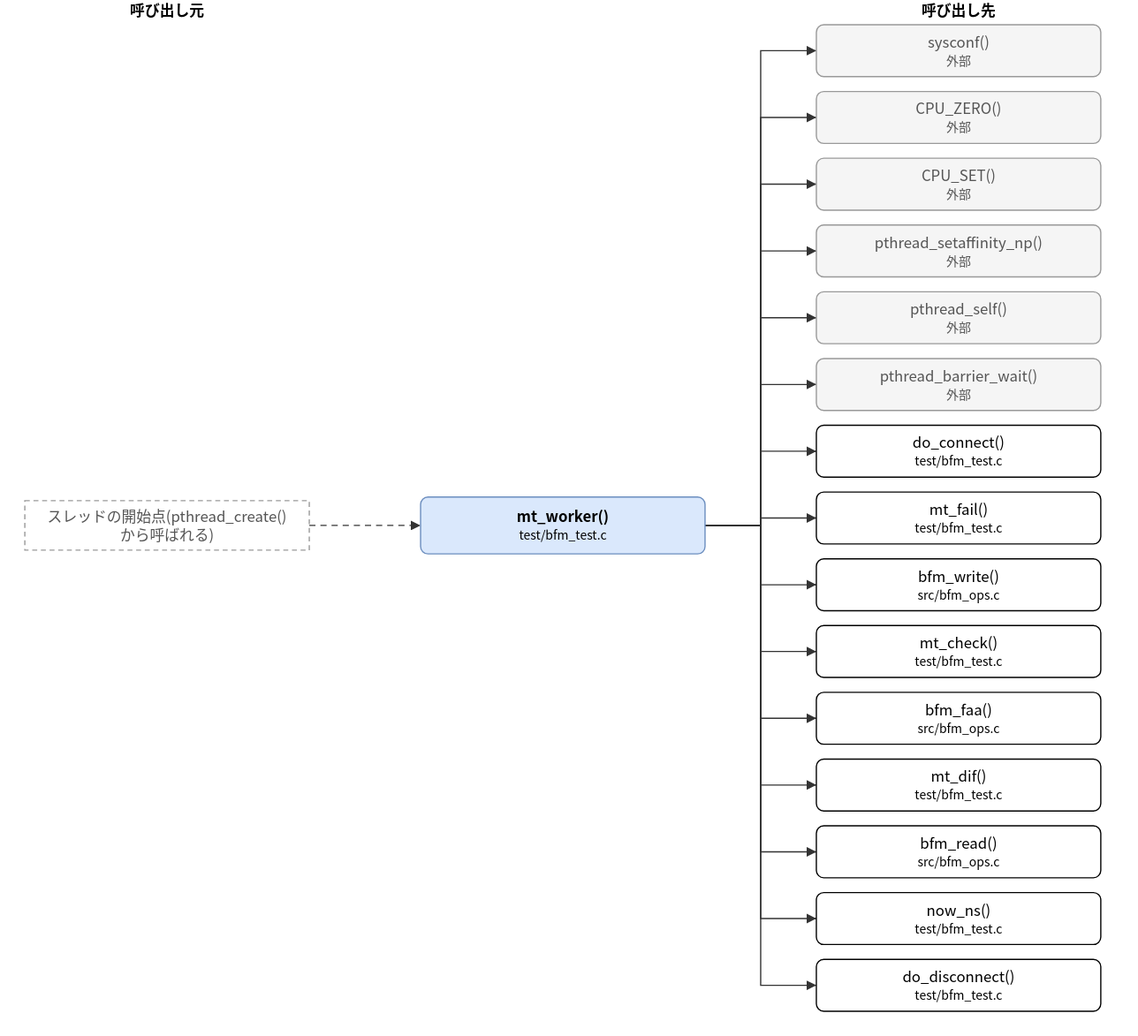
Earlier version of the draw.io export doc/spec/images/call_test_bfm_test-mt_worker.drawio.svg (hf355051012-ai/bfmem). Source tidied: cells renumbered, new cells last; positions are measured from the earlier drawing's top-left corner, leaving out a move shared by most shapes.
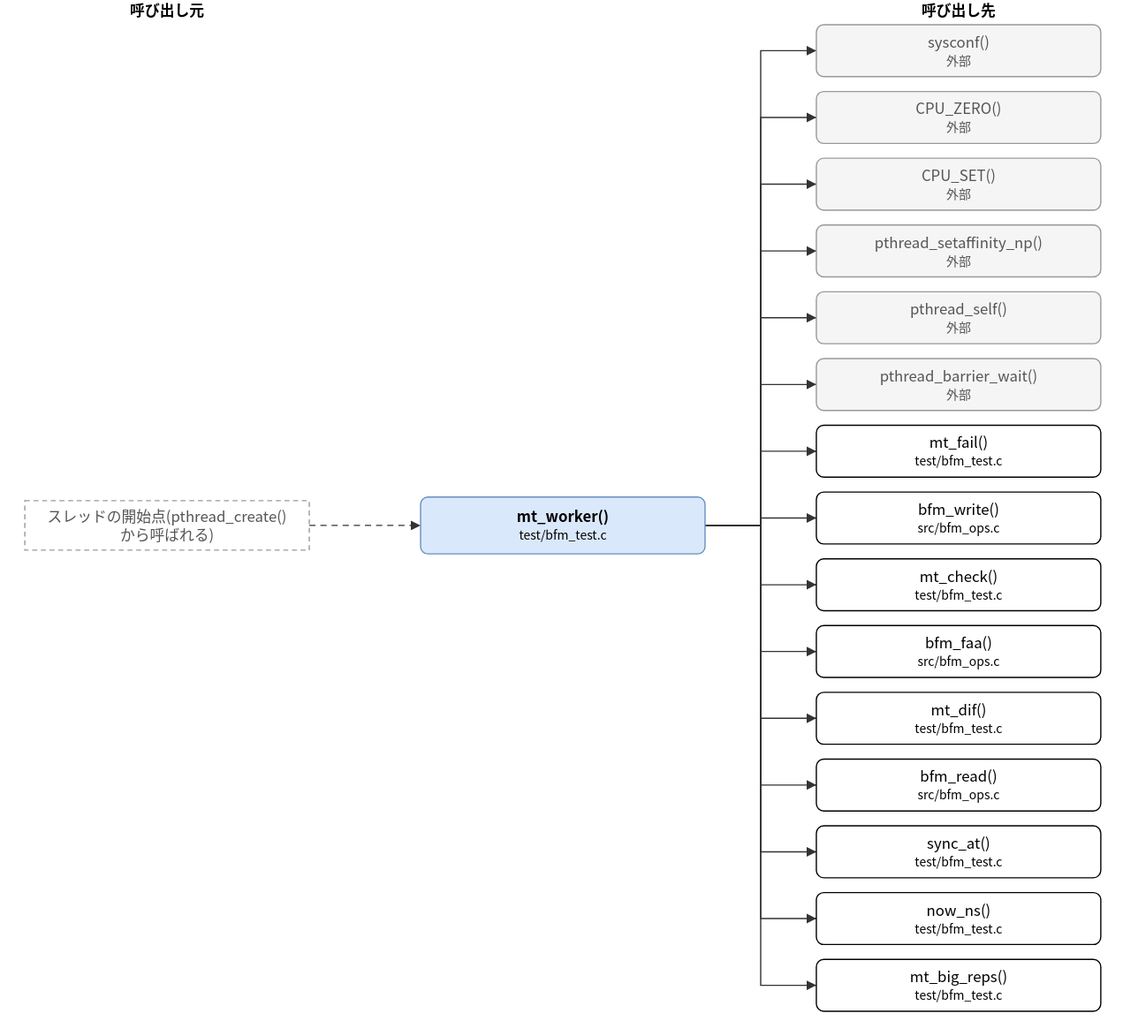
The same diagram one commit later.

The edit, as a diff of the source:
```diff
@@ -23,31 +23,31 @@
     <mxCell id="8" value="pthread_barrier_wait()&lt;br&gt;&lt;font style=&quot;font-size:10px&quot;&gt;外部&lt;/font&gt;" style="rounded=1;whiteSpace=wrap;html=1;fillColor=#f5f5f5;strokeColor=#999999;fontColor=#555555;" parent="1" vertex="1">
       <mxGeometry x="640" y="290" width="230" height="42" as="geometry" />
     </mxCell>
-    <mxCell id="9" value="do_connect()&lt;br&gt;&lt;font style=&quot;font-size:10px&quot;&gt;test/bfm_test.c&lt;/font&gt;" style="rounded=1;whiteSpace=wrap;html=1;" parent="1" vertex="1">
+    <mxCell id="9" value="mt_fail()&lt;br&gt;&lt;font style=&quot;font-size:10px&quot;&gt;test/bfm_test.c&lt;/font&gt;" style="rounded=1;whiteSpace=wrap;html=1;" parent="1" vertex="1">
       <mxGeometry x="640" y="344" width="230" height="42" as="geometry" />
     </mxCell>
-    <mxCell id="10" value="mt_fail()&lt;br&gt;&lt;font style=&quot;font-size:10px&quot;&gt;test/bfm_test.c&lt;/font&gt;" style="rounded=1;whiteSpace=wrap;html=1;" parent="1" vertex="1">
+    <mxCell id="10" value="bfm_write()&lt;br&gt;&lt;font style=&quot;font-size:10px&quot;&gt;src/bfm_ops.c&lt;/font&gt;" style="rounded=1;whiteSpace=wrap;html=1;" parent="1" vertex="1">
       <mxGeometry x="640" y="398" width="230" height="42" as="geometry" />
     </mxCell>
-    <mxCell id="11" value="bfm_write()&lt;br&gt;&lt;font style=&quot;font-size:10px&quot;&gt;src/bfm_ops.c&lt;/font&gt;" style="rounded=1;whiteSpace=wrap;html=1;" parent="1" vertex="1">
+    <mxCell id="11" value="mt_check()&lt;br&gt;&lt;font style=&quot;font-size:10px&quot;&gt;test/bfm_test.c&lt;/font&gt;" style="rounded=1;whiteSpace=wrap;html=1;" parent="1" vertex="1">
       <mxGeometry x="640" y="452" width="230" height="42" as="geometry" />
     </mxCell>
-    <mxCell id="12" value="mt_check()&lt;br&gt;&lt;font style=&quot;font-size:10px&quot;&gt;test/bfm_test.c&lt;/font&gt;" style="rounded=1;whiteSpace=wrap;html=1;" parent="1" vertex="1">
+    <mxCell id="12" value="bfm_faa()&lt;br&gt;&lt;font style=&quot;font-size:10px&quot;&gt;src/bfm_ops.c&lt;/font&gt;" style="rounded=1;whiteSpace=wrap;html=1;" parent="1" vertex="1">
       <mxGeometry x="640" y="506" width="230" height="42" as="geometry" />
     </mxCell>
-    <mxCell id="13" value="bfm_faa()&lt;br&gt;&lt;font style=&quot;font-size:10px&quot;&gt;src/bfm_ops.c&lt;/font&gt;" style="rounded=1;whiteSpace=wrap;html=1;" parent="1" vertex="1">
+    <mxCell id="13" value="mt_dif()&lt;br&gt;&lt;font style=&quot;font-size:10px&quot;&gt;test/bfm_test.c&lt;/font&gt;" style="rounded=1;whiteSpace=wrap;html=1;" parent="1" vertex="1">
       <mxGeometry x="640" y="560" width="230" height="42" as="geometry" />
     </mxCell>
-    <mxCell id="14" value="mt_dif()&lt;br&gt;&lt;font style=&quot;font-size:10px&quot;&gt;test/bfm_test.c&lt;/font&gt;" style="rounded=1;whiteSpace=wrap;html=1;" parent="1" vertex="1">
+    <mxCell id="14" value="bfm_read()&lt;br&gt;&lt;font style=&quot;font-size:10px&quot;&gt;src/bfm_ops.c&lt;/font&gt;" style="rounded=1;whiteSpace=wrap;html=1;" parent="1" vertex="1">
       <mxGeometry x="640" y="614" width="230" height="42" as="geometry" />
     </mxCell>
-    <mxCell id="15" value="bfm_read()&lt;br&gt;&lt;font style=&quot;font-size:10px&quot;&gt;src/bfm_ops.c&lt;/font&gt;" style="rounded=1;whiteSpace=wrap;html=1;" parent="1" vertex="1">
+    <mxCell id="15" value="sync_at()&lt;br&gt;&lt;font style=&quot;font-size:10px&quot;&gt;test/bfm_test.c&lt;/font&gt;" style="rounded=1;whiteSpace=wrap;html=1;" parent="1" vertex="1">
       <mxGeometry x="640" y="668" width="230" height="42" as="geometry" />
     </mxCell>
     <mxCell id="16" value="now_ns()&lt;br&gt;&lt;font style=&quot;font-size:10px&quot;&gt;test/bfm_test.c&lt;/font&gt;" style="rounded=1;whiteSpace=wrap;html=1;" parent="1" vertex="1">
       <mxGeometry x="640" y="722" width="230" height="42" as="geometry" />
     </mxCell>
-    <mxCell id="17" value="do_disconnect()&lt;br&gt;&lt;font style=&quot;font-size:10px&quot;&gt;test/bfm_test.c&lt;/font&gt;" style="rounded=1;whiteSpace=wrap;html=1;" parent="1" vertex="1">
+    <mxCell id="17" value="mt_big_reps()&lt;br&gt;&lt;font style=&quot;font-size:10px&quot;&gt;test/bfm_test.c&lt;/font&gt;" style="rounded=1;whiteSpace=wrap;html=1;" parent="1" vertex="1">
       <mxGeometry x="640" y="776" width="230" height="42" as="geometry" />
     </mxCell>
     <mxCell id="18" value="スレッドの開始点(pthread_create()&lt;br&gt;から呼ばれる)" style="rounded=0;whiteSpace=wrap;html=1;dashed=1;strokeColor=#999999;fontColor=#555555;dashed=1;" parent="1" vertex="1">
```
